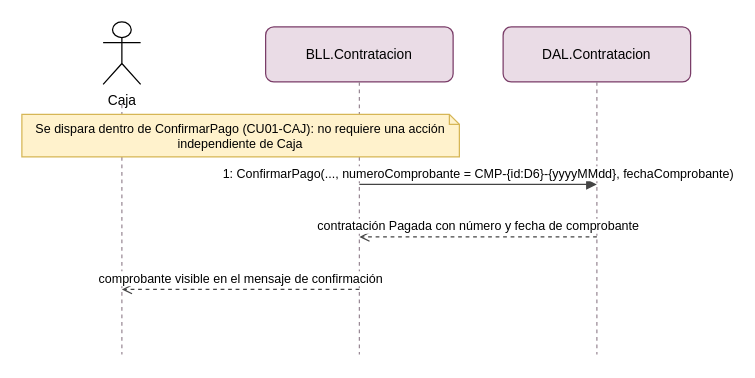
Earlier version of the draw.io diagram docs/diagramas/drawio/DSS_PN02_CU02_CAJ_EmitirComprobante.drawio (valentinamorana/Trabajo-de-Diploma). Source tidied: cells renumbered, new cells numbered last; positions are measured from the earlier drawing's top-left corner, leaving out a move shared by most shapes. Both pictures are drawn from the tidied source at 125%, with x=0, y=0 at pixel (21, 21).
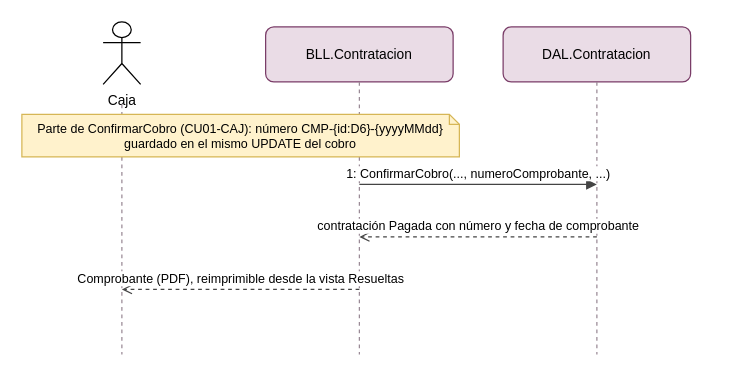
The same page after the edit.

Diff of the diagram source:
```diff
@@
 <mxGraphModel>
   <root>
     <mxCell id="0" />
     <mxCell id="1" parent="0" />
     <mxCell id="2" value="Caja" style="shape=umlActor;verticalLabelPosition=bottom;verticalAlign=top;html=1;fontSize=11;" parent="1" vertex="1">
       <mxGeometry x="65" width="30" height="50" as="geometry" />
     </mxCell>
     <mxCell id="3" style="endArrow=none;dashed=1;html=1;strokeColor=#9a8a96;" parent="1" edge="1">
       <mxGeometry relative="1" as="geometry">
         <mxPoint x="80" y="66" as="sourcePoint" />
         <mxPoint x="80" y="266" as="targetPoint" />
       </mxGeometry>
     </mxCell>
     <mxCell id="4" value="BLL.Contratacion" style="rounded=1;whiteSpace=wrap;html=1;fillColor=#EADCE6;strokeColor=#7a3d68;fontSize=11;" parent="1" vertex="1">
       <mxGeometry x="195" y="4" width="150" height="44" as="geometry" />
     </mxCell>
     <mxCell id="5" style="endArrow=none;dashed=1;html=1;strokeColor=#9a8a96;" parent="1" edge="1">
       <mxGeometry relative="1" as="geometry">
         <mxPoint x="270" y="48" as="sourcePoint" />
         <mxPoint x="270" y="266" as="targetPoint" />
       </mxGeometry>
     </mxCell>
     <mxCell id="6" value="DAL.Contratacion" style="rounded=1;whiteSpace=wrap;html=1;fillColor=#EADCE6;strokeColor=#7a3d68;fontSize=11;" parent="1" vertex="1">
       <mxGeometry x="385" y="4" width="150" height="44" as="geometry" />
     </mxCell>
     <mxCell id="7" style="endArrow=none;dashed=1;html=1;strokeColor=#9a8a96;" parent="1" edge="1">
       <mxGeometry relative="1" as="geometry">
         <mxPoint x="460" y="48" as="sourcePoint" />
         <mxPoint x="460" y="266" as="targetPoint" />
       </mxGeometry>
     </mxCell>
-    <mxCell id="8" value="Se dispara dentro de ConfirmarPago (CU01-CAJ): no requiere una acción independiente de Caja" style="shape=note;whiteSpace=wrap;html=1;fillColor=#FFF2CC;strokeColor=#d6b656;fontSize=10;size=8;" parent="1" vertex="1">
+    <mxCell id="8" value="Parte de ConfirmarCobro (CU01-CAJ): número CMP-{id:D6}-{yyyyMMdd} guardado en el mismo UPDATE del cobro" style="shape=note;whiteSpace=wrap;html=1;fillColor=#FFF2CC;strokeColor=#d6b656;fontSize=10;size=8;" parent="1" vertex="1">
       <mxGeometry y="74" width="350" height="34" as="geometry" />
     </mxCell>
-    <mxCell id="9" value="1: ConfirmarPago(..., numeroComprobante = CMP-{id:D6}-{yyyyMMdd}, fechaComprobante)" style="html=1;verticalAlign=bottom;endArrow=block;endFill=1;fontSize=10;strokeColor=#444;" parent="1" edge="1">
+    <mxCell id="9" value="1: ConfirmarCobro(..., numeroComprobante, ...)" style="html=1;verticalAlign=bottom;endArrow=block;endFill=1;fontSize=10;strokeColor=#444;" parent="1" edge="1">
       <mxGeometry relative="1" as="geometry">
         <mxPoint x="270" y="130" as="sourcePoint" />
         <mxPoint x="460" y="130" as="targetPoint" />
       </mxGeometry>
     </mxCell>
     <mxCell id="10" value="contratación Pagada con número y fecha de comprobante" style="html=1;verticalAlign=bottom;endArrow=open;endFill=0;dashed=1;fontSize=10;strokeColor=#444;" parent="1" edge="1">
       <mxGeometry relative="1" as="geometry">
         <mxPoint x="460" y="172" as="sourcePoint" />
         <mxPoint x="270" y="172" as="targetPoint" />
       </mxGeometry>
     </mxCell>
-    <mxCell id="11" value="comprobante visible en el mensaje de confirmación" style="html=1;verticalAlign=bottom;endArrow=open;endFill=0;dashed=1;fontSize=10;strokeColor=#444;" parent="1" edge="1">
+    <mxCell id="11" value="Comprobante (PDF), reimprimible desde la vista Resueltas" style="html=1;verticalAlign=bottom;endArrow=open;endFill=0;dashed=1;fontSize=10;strokeColor=#444;" parent="1" edge="1">
       <mxGeometry relative="1" as="geometry">
         <mxPoint x="270" y="214" as="sourcePoint" />
         <mxPoint x="80" y="214" as="targetPoint" />
       </mxGeometry>
     </mxCell>
   </root>
 </mxGraphModel>
```
